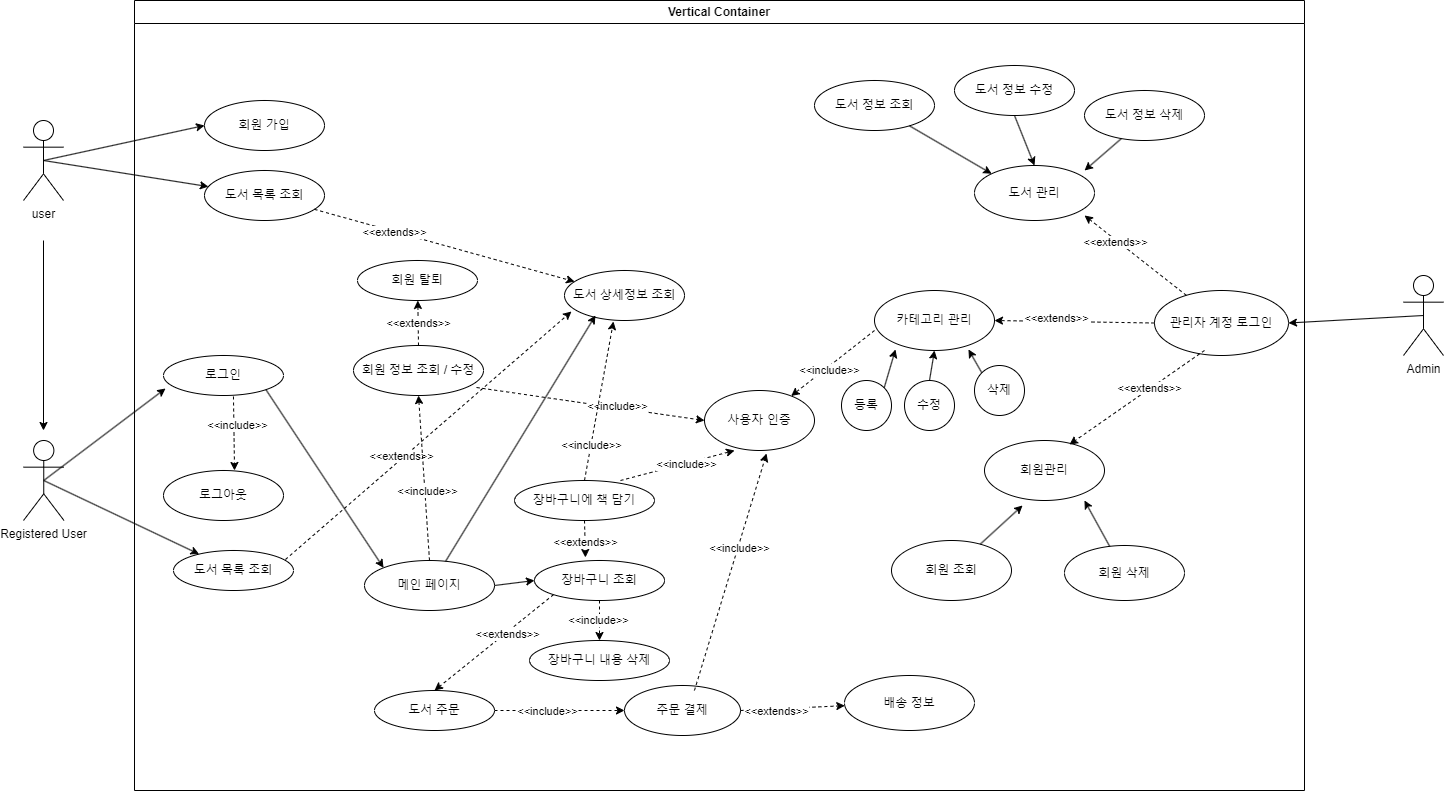
junHyeokP/BookMarket keeps this draw.io diagram as src/온라인 서점 use-case2.png. Above is the earlier version. Source tidied: cells renumbered, new cells last; positions are measured from the earlier drawing's top-left corner, leaving out a move shared by most shapes.
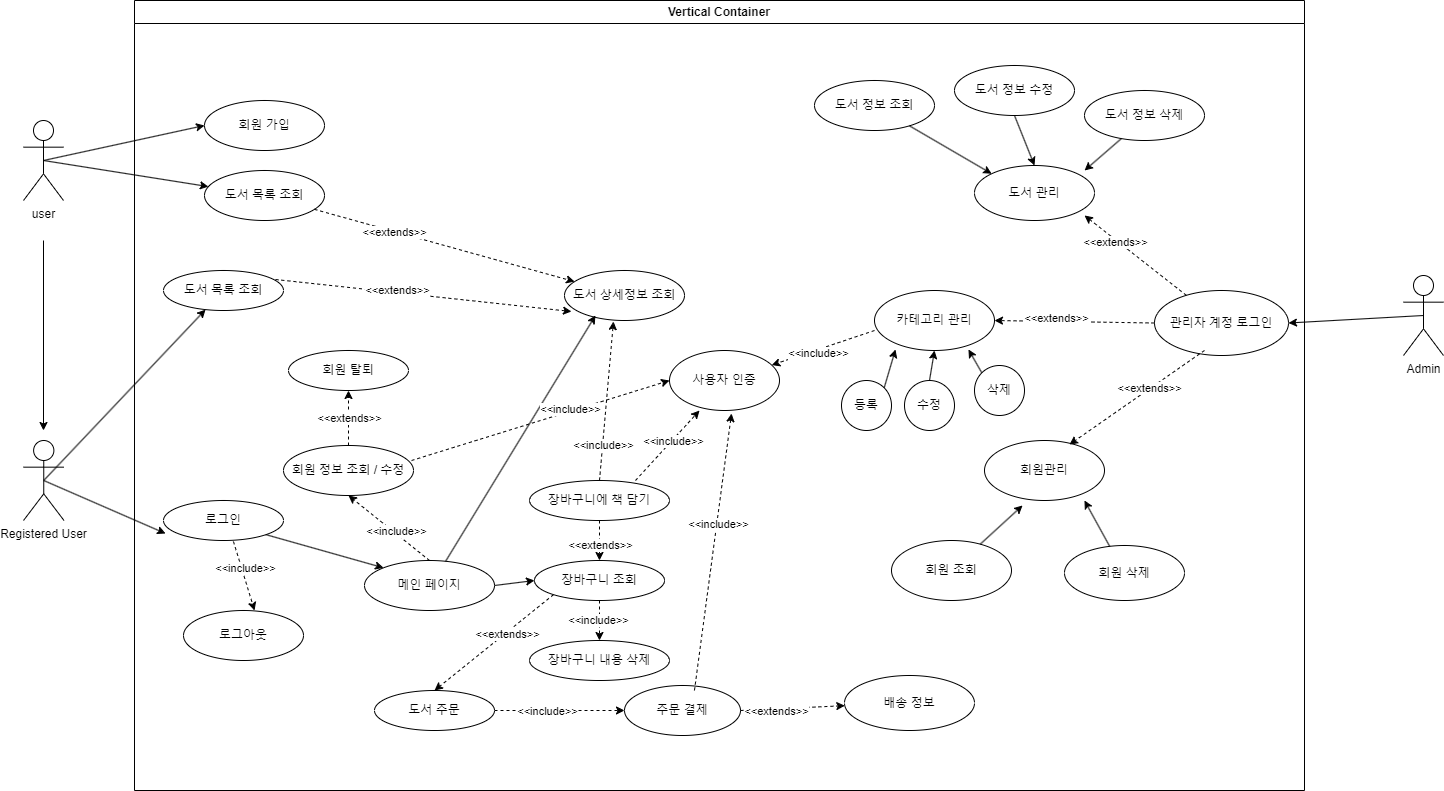
Later version of the same file.

Commit message:
온라인 서점 use-case2.png 업데이트

Diff of the diagram source:
```diff
@@ -24,16 +24,16 @@
       <mxGeometry x="70" y="170" width="120" height="50" as="geometry" />
     </mxCell>
     <mxCell id="9" value="로그인" style="ellipse;whiteSpace=wrap;html=1;" parent="6" vertex="1">
-      <mxGeometry x="29" y="355" width="120" height="40" as="geometry" />
+      <mxGeometry x="29" y="500" width="120" height="40" as="geometry" />
     </mxCell>
     <mxCell id="10" value="도서 목록 조회" style="ellipse;whiteSpace=wrap;html=1;" parent="6" vertex="1">
-      <mxGeometry x="39" y="550" width="120" height="40" as="geometry" />
+      <mxGeometry x="29" y="270" width="120" height="40" as="geometry" />
     </mxCell>
     <mxCell id="11" value="도서 주문" style="ellipse;whiteSpace=wrap;html=1;" parent="6" vertex="1">
       <mxGeometry x="240" y="690" width="120" height="40" as="geometry" />
     </mxCell>
     <mxCell id="12" value="로그아웃" style="ellipse;whiteSpace=wrap;html=1;" parent="6" vertex="1">
-      <mxGeometry x="29" y="470" width="120" height="50" as="geometry" />
+      <mxGeometry x="49" y="610" width="120" height="50" as="geometry" />
     </mxCell>
     <mxCell id="13" value="주문 결제" style="ellipse;whiteSpace=wrap;html=1;" parent="6" vertex="1">
       <mxGeometry x="490" y="685" width="116" height="50" as="geometry" />
@@ -48,7 +48,7 @@
       <mxGeometry x="430" y="270" width="120" height="50" as="geometry" />
     </mxCell>
     <mxCell id="17" value="장바구니에 책 담기" style="ellipse;whiteSpace=wrap;html=1;" parent="6" vertex="1">
-      <mxGeometry x="380" y="480" width="140" height="40" as="geometry" />
+      <mxGeometry x="395" y="480" width="140" height="40" as="geometry" />
     </mxCell>
     <mxCell id="18" style="endArrow=classic;html=1;rounded=0;dashed=1;" parent="6" edge="1" source="8" target="16">
       <mxGeometry relative="1" as="geometry" />
@@ -108,7 +108,7 @@
       <mxGeometry x="-0.32" y="-2" relative="1" as="geometry" />
     </mxCell>
     <mxCell id="37" value="회원 정보 조회 / 수정" style="ellipse;whiteSpace=wrap;html=1;" parent="6" vertex="1">
-      <mxGeometry x="219" y="345" width="130" height="50" as="geometry" />
+      <mxGeometry x="149" y="445" width="130" height="50" as="geometry" />
     </mxCell>
     <mxCell id="38" style="endArrow=classic;html=1;rounded=0;exitX=0.5;exitY=0;exitDx=0;exitDy=0;dashed=1;entryX=0.5;entryY=1;entryDx=0;entryDy=0;" parent="6" edge="1" source="22" target="37">
       <mxGeometry relative="1" as="geometry" />
@@ -161,14 +161,14 @@
     <mxCell id="54" value="&amp;lt;&amp;lt;include&amp;gt;&amp;gt;" style="edgeLabel;html=1;align=center;verticalAlign=middle;" parent="53" vertex="1">
       <mxGeometry x="-0.06" y="-2" relative="1" as="geometry" />
     </mxCell>
-    <mxCell id="55" style="endArrow=classic;html=1;rounded=0;exitX=0.5;exitY=1;exitDx=0;exitDy=0;dashed=1;entryX=0.392;entryY=-0.075;entryDx=0;entryDy=0;entryPerimeter=0;" parent="6" edge="1" source="17" target="78">
+    <mxCell id="55" style="endArrow=classic;html=1;rounded=0;exitX=0.5;exitY=1;exitDx=0;exitDy=0;dashed=1;entryX=0.5;entryY=0;entryDx=0;entryDy=0;" parent="6" edge="1" source="17" target="78">
       <mxGeometry relative="1" as="geometry" />
     </mxCell>
     <mxCell id="56" value="&amp;lt;&amp;lt;extends&amp;gt;&amp;gt;" style="edgeLabel;html=1;align=center;verticalAlign=middle;" parent="55" vertex="1">
       <mxGeometry x="0.18" relative="1" as="geometry" />
     </mxCell>
     <mxCell id="57" value="사용자 인증" style="ellipse;whiteSpace=wrap;html=1;" parent="6" vertex="1">
-      <mxGeometry x="570" y="390" width="110" height="60" as="geometry" />
+      <mxGeometry x="535" y="350" width="110" height="60" as="geometry" />
     </mxCell>
     <mxCell id="58" value="카테고리 관리" style="ellipse;whiteSpace=wrap;html=1;" parent="6" vertex="1">
       <mxGeometry x="740" y="290" width="120" height="60" as="geometry" />
@@ -197,7 +197,7 @@
     <mxCell id="66" value="&amp;lt;&amp;lt;include&amp;gt;&amp;gt;" style="edgeLabel;html=1;align=center;verticalAlign=middle;" parent="65" vertex="1">
       <mxGeometry x="0.13" y="3" relative="1" as="geometry" />
     </mxCell>
-    <mxCell id="67" style="endArrow=classic;html=1;rounded=0;exitX=0.946;exitY=0.84;exitDx=0;exitDy=0;exitPerimeter=0;entryX=0;entryY=0.5;entryDx=0;entryDy=0;dashed=1;" parent="6" edge="1" source="37" target="57">
+    <mxCell id="67" style="endArrow=classic;html=1;rounded=0;exitX=0.985;exitY=0.3;exitDx=0;exitDy=0;exitPerimeter=0;entryX=0;entryY=0.5;entryDx=0;entryDy=0;dashed=1;" parent="6" edge="1" source="37" target="57">
       <mxGeometry relative="1" as="geometry" />
     </mxCell>
     <mxCell id="68" value="&amp;lt;&amp;lt;include&amp;gt;&amp;gt;" style="edgeLabel;html=1;align=center;verticalAlign=middle;" parent="67" vertex="1">
@@ -216,7 +216,7 @@
       <mxGeometry x="0.2" y="-1" relative="1" as="geometry" />
     </mxCell>
     <mxCell id="73" value="회원 탈퇴" style="ellipse;whiteSpace=wrap;html=1;" parent="6" vertex="1">
-      <mxGeometry x="223" y="260" width="120" height="40" as="geometry" />
+      <mxGeometry x="154" y="350" width="120" height="40" as="geometry" />
     </mxCell>
     <mxCell id="74" style="endArrow=classic;html=1;rounded=0;exitX=0.5;exitY=0;exitDx=0;exitDy=0;dashed=1;" parent="6" edge="1" source="37" target="73">
       <mxGeometry relative="1" as="geometry" />
```
